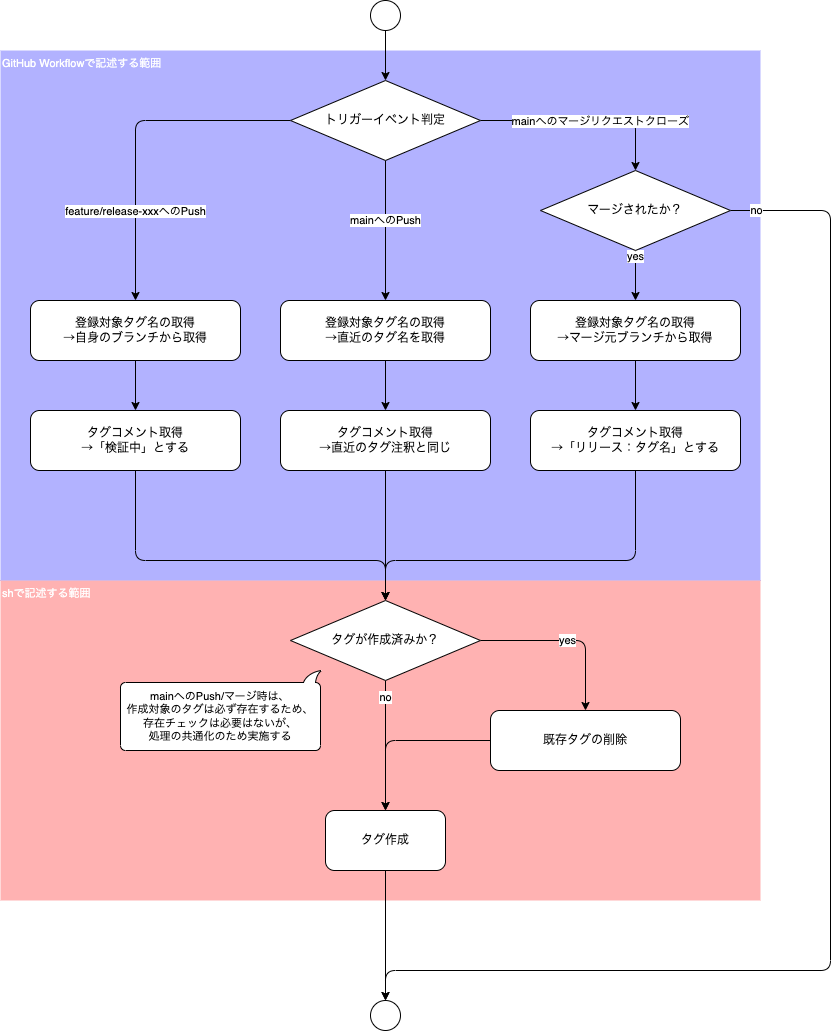
Before: flow.drawio.png, a diagram exported from draw.io (kazuo278/create_release). Source tidied: cells renumbered, new cells last; positions are measured from the earlier drawing's top-left corner, leaving out a move shared by most shapes.
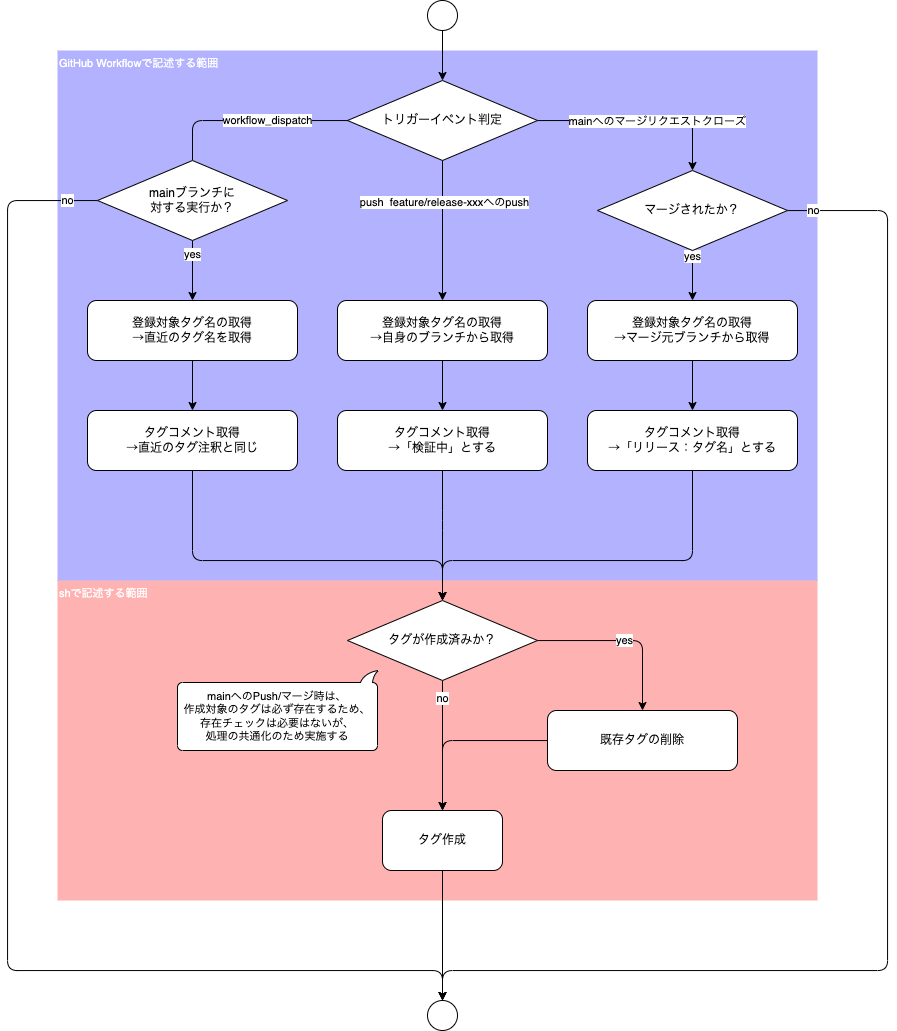
The same file after the commit.

Commit message:
Feature/release v0.6.1 squash merge (#4)

* squash merge test

* squash merge test

Diff of the diagram source:
```diff
@@ -28,6 +28,9 @@
         <mxPoint x="-1" y="93" as="offset" />
       </mxGeometry>
     </mxCell>
+    <mxCell id="36" value="push&amp;nbsp; feature/release-xxxへのpush" style="edgeLabel;html=1;align=center;verticalAlign=middle;" parent="8" vertex="1">
+      <mxGeometry x="-0.42" y="1" relative="1" as="geometry" />
+    </mxCell>
     <mxCell id="10" style="edgeStyle=orthogonalEdgeStyle;html=1;entryX=0.5;entryY=0;entryDx=0;entryDy=0;" parent="1" edge="1" source="13" target="26">
       <mxGeometry relative="1" as="geometry" />
     </mxCell>
@@ -36,8 +39,8 @@
         <mxPoint x="24" y="-3" as="offset" />
       </mxGeometry>
     </mxCell>
-    <mxCell id="12" value="mainへのPush" style="edgeStyle=none;html=1;entryX=0.5;entryY=0;entryDx=0;entryDy=0;fontSize=11;" parent="1" edge="1" source="13" target="29">
-      <mxGeometry x="-0.14" relative="1" as="geometry" />
+    <mxCell id="12" value="yes" style="edgeStyle=orthogonalEdgeStyle;html=1;entryX=0.5;entryY=0;entryDx=0;entryDy=0;fontSize=11;startArrow=none;" parent="1" edge="1" source="39" target="29">
+      <mxGeometry x="-0.52" relative="1" as="geometry" />
     </mxCell>
     <mxCell id="13" value="トリガーイベント判定" style="rhombus;whiteSpace=wrap;html=1;" parent="1" vertex="1">
       <mxGeometry x="290" y="80" width="190" height="80" as="geometry" />
@@ -52,7 +55,7 @@
       <mxGeometry relative="1" as="geometry" />
     </mxCell>
     <mxCell id="17" value="登録対象タグ名の取得&lt;br&gt;→自身のブランチから取得" style="rounded=1;whiteSpace=wrap;html=1;align=center;" parent="1" vertex="1">
-      <mxGeometry x="30" y="300" width="210" height="60" as="geometry" />
+      <mxGeometry x="280" y="300" width="210" height="60" as="geometry" />
     </mxCell>
     <mxCell id="18" value="yes" style="edgeStyle=orthogonalEdgeStyle;html=1;" parent="1" edge="1" source="20" target="5">
       <mxGeometry relative="1" as="geometry" />
@@ -94,24 +97,29 @@
       <mxGeometry relative="1" as="geometry" />
     </mxCell>
     <mxCell id="29" value="登録対象タグ名の取得&lt;br&gt;→直近のタグ名を取得" style="rounded=1;whiteSpace=wrap;html=1;align=center;" parent="1" vertex="1">
-      <mxGeometry x="280" y="300" width="210" height="60" as="geometry" />
+      <mxGeometry x="30" y="300" width="210" height="60" as="geometry" />
     </mxCell>
     <mxCell id="30" style="edgeStyle=orthogonalEdgeStyle;html=1;fontSize=11;" parent="1" edge="1" source="31" target="20">
-      <mxGeometry relative="1" as="geometry" />
+      <mxGeometry relative="1" as="geometry">
+        <Array as="points">
+          <mxPoint x="135" y="560" />
+          <mxPoint x="385" y="560" />
+        </Array>
+      </mxGeometry>
     </mxCell>
     <mxCell id="31" value="タグコメント取得&lt;br&gt;→直近のタグ注釈と同じ" style="rounded=1;whiteSpace=wrap;html=1;align=center;" parent="1" vertex="1">
-      <mxGeometry x="280" y="410" width="210" height="60" as="geometry" />
+      <mxGeometry x="30" y="410" width="210" height="60" as="geometry" />
     </mxCell>
     <mxCell id="32" style="edgeStyle=orthogonalEdgeStyle;html=1;entryX=0.5;entryY=0;entryDx=0;entryDy=0;fontSize=11;" parent="1" edge="1" source="33" target="20">
       <mxGeometry relative="1" as="geometry">
         <Array as="points">
-          <mxPoint x="135" y="560" />
-          <mxPoint x="385" y="560" />
+          <mxPoint x="385" y="520" />
+          <mxPoint x="385" y="520" />
         </Array>
       </mxGeometry>
     </mxCell>
     <mxCell id="33" value="タグコメント取得&lt;br&gt;→「検証中」とする&lt;span style=&quot;color: rgba(0, 0, 0, 0); font-family: monospace; font-size: 0px; text-align: start;&quot;&gt;%3CmxGraphModel%3E%3Croot%3E%3CmxCell%20id%3D%220%22%2F%3E%3CmxCell%20id%3D%221%22%20parent%3D%220%22%2F%3E%3CmxCell%20id%3D%222%22%20value%3D%22%E3%82%BF%E3%82%B0%E3%82%B3%E3%83%A1%E3%83%B3%E3%83%88%E5%8F%96%E5%BE%97%26lt%3Bbr%26gt%3B%E2%86%92%E7%9B%B4%E8%BF%91%E3%81%AE%E3%82%BF%E3%82%B0%E6%B3%A8%E9%87%88%E3%81%A8%E5%90%8C%E3%81%98%22%20style%3D%22rounded%3D1%3BwhiteSpace%3Dwrap%3Bhtml%3D1%3Balign%3Dcenter%3B%22%20vertex%3D%221%22%20parent%3D%221%22%3E%3CmxGeometry%20x%3D%22-220%22%20y%3D%2260%22%20width%3D%22210%22%20height%3D%2260%22%20as%3D%22geometry%22%2F%3E%3C%2FmxCell%3E%3C%2Froot%3E%3C%2FmxGraphModel%3E&lt;/span&gt;" style="rounded=1;whiteSpace=wrap;html=1;align=center;" parent="1" vertex="1">
-      <mxGeometry x="30" y="410" width="210" height="60" as="geometry" />
+      <mxGeometry x="280" y="410" width="210" height="60" as="geometry" />
     </mxCell>
     <mxCell id="34" style="edgeStyle=orthogonalEdgeStyle;html=1;entryX=0.5;entryY=0;entryDx=0;entryDy=0;fontSize=11;" parent="1" edge="1" source="35" target="20">
       <mxGeometry relative="1" as="geometry">
@@ -124,5 +132,20 @@
     <mxCell id="35" value="タグコメント取得&lt;br&gt;→「リリース：タグ名」とする&lt;span style=&quot;color: rgba(0, 0, 0, 0); font-family: monospace; font-size: 0px; text-align: start;&quot;&gt;%3CmxGraphModel%3E%3Croot%3E%3CmxCell%20id%3D%220%22%2F%3E%3CmxCell%20id%3D%221%22%20parent%3D%220%22%2F%3E%3CmxCell%20id%3D%222%22%20value%3D%22%E3%82%BF%E3%82%B0%E3%82%B3%E3%83%A1%E3%83%B3%E3%83%88%E5%8F%96%E5%BE%97%26lt%3Bbr%26gt%3B%E2%86%92%E7%9B%B4%E8%BF%91%E3%81%AE%E3%82%BF%E3%82%B0%E6%B3%A8%E9%87%88%E3%81%A8%E5%90%8C%E3%81%98%22%20style%3D%22rounded%3D1%3BwhiteSpace%3Dwrap%3Bhtml%3D1%3Balign%3Dcenter%3B%22%20vertex%3D%221%22%20parent%3D%221%22%3E%3CmxGeometry%20x%3D%22-220%22%20y%3D%2260%22%20width%3D%22210%22%20height%3D%2260%22%20as%3D%22geometry%22%2F%3E%3C%2FmxCell%3E%3C%2Froot%3E%3C%2FmxGraphModel%3E&lt;/span&gt;" style="rounded=1;whiteSpace=wrap;html=1;align=center;" parent="1" vertex="1">
       <mxGeometry x="530" y="410" width="210" height="60" as="geometry" />
     </mxCell>
+    <mxCell id="37" value="workflow_dispatch" style="edgeStyle=orthogonalEdgeStyle;html=1;entryX=0.5;entryY=0;entryDx=0;entryDy=0;fontSize=11;endArrow=none;" parent="1" edge="1" source="13" target="39">
+      <mxGeometry x="-0.18" relative="1" as="geometry" />
+    </mxCell>
+    <mxCell id="38" value="no" style="edgeStyle=orthogonalEdgeStyle;html=1;entryX=0.5;entryY=0;entryDx=0;entryDy=0;" parent="1" edge="1" source="39" target="23">
+      <mxGeometry x="-0.95" relative="1" as="geometry">
+        <Array as="points">
+          <mxPoint x="-50" y="200" />
+          <mxPoint x="-50" y="970" />
+          <mxPoint x="385" y="970" />
+        </Array>
+      </mxGeometry>
+    </mxCell>
+    <mxCell id="39" value="mainブランチに&lt;br&gt;対する実行か？" style="rhombus;whiteSpace=wrap;html=1;" parent="1" vertex="1">
+      <mxGeometry x="40" y="160" width="190" height="80" as="geometry" />
+    </mxCell>
   </root>
 </mxGraphModel>
```
